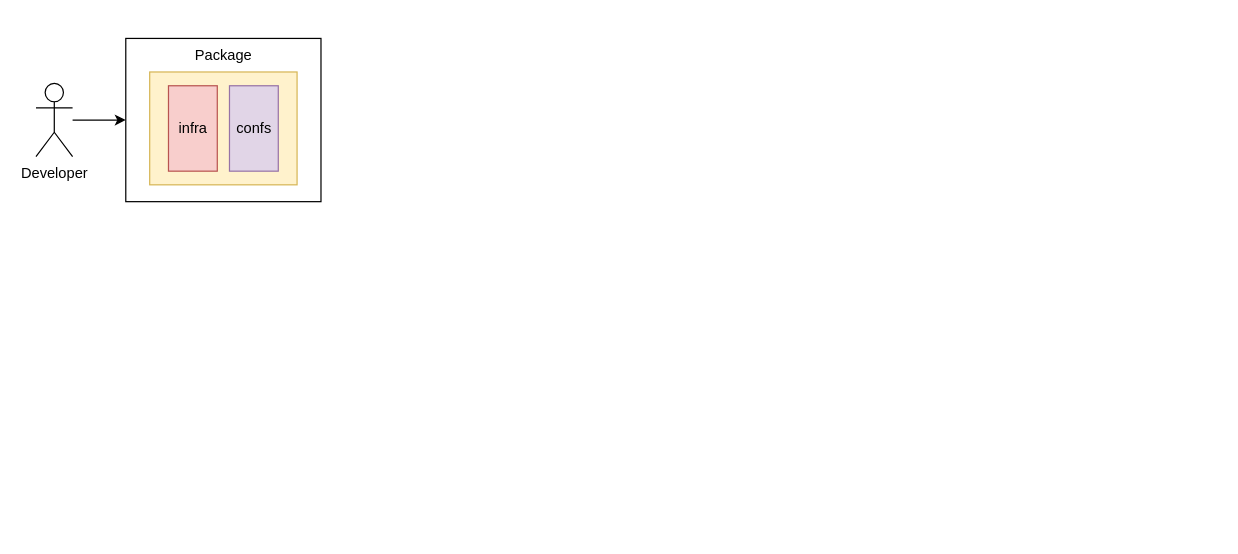
Earlier version of the draw.io diagram media/_diagrams/drawio/ci-process.drawio (tomasflopes/pesti). Source tidied: cells renumbered, new cells numbered last; positions are measured from the earlier drawing's top-left corner, leaving out a move shared by most shapes. Both pictures are drawn from the tidied source at 122%, with x=0, y=0 at pixel (35, 38). Pictures stored in the file or linked from it are replaced by grey dashed boxes.
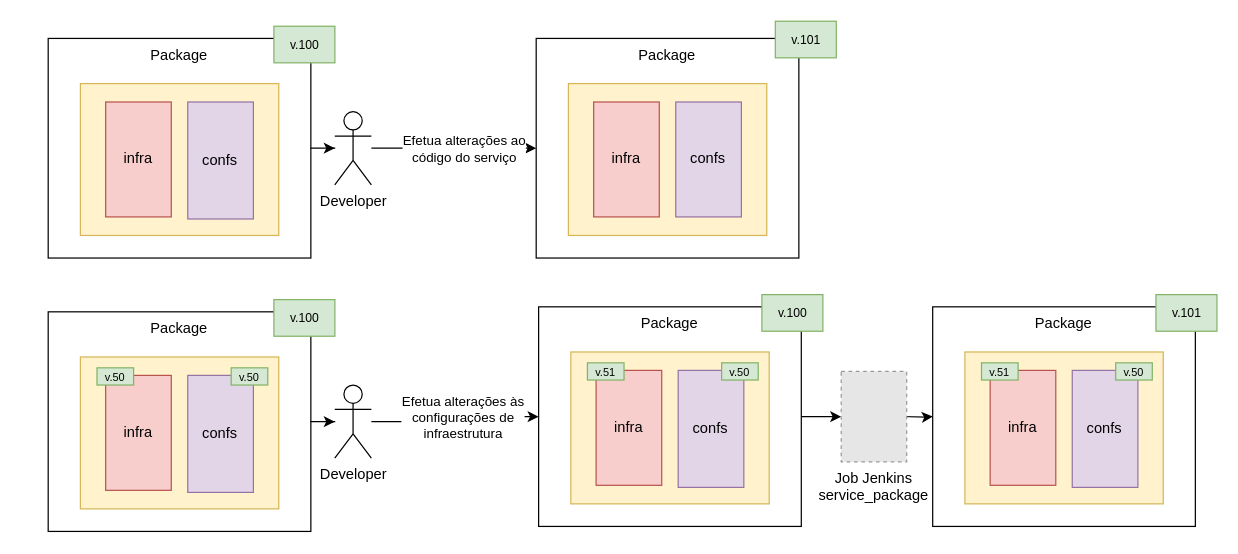
The same diagram, later.

Unchanged cells that the change refers to:
```xml
<mxCell id="2" style="edgeStyle=orthogonalEdgeStyle;rounded=0;jettySize=auto;html=1;entryX=0;entryY=0.5;entryDx=0;entryDy=0;" parent="1" edge="1" source="3" target="5">
  <mxGeometry relative="1" as="geometry" />
</mxCell>
```

What changed in the source:
```diff
@@
+    <mxCell id="9" value="Efetua alterações ao&lt;div&gt;código do serviço&lt;/div&gt;" style="edgeLabel;html=1;align=center;verticalAlign=middle;" parent="2" vertex="1">
+      <mxGeometry x="0.12" relative="1" as="geometry" />
+    </mxCell>
     <mxCell id="3" value="Developer" style="shape=umlActor;verticalLabelPosition=bottom;verticalAlign=top;html=1;outlineConnect=0;" parent="1" vertex="1">
-      <mxGeometry y="36.9" width="30" height="60" as="geometry" />
+      <mxGeometry x="244.9" y="60" width="30" height="60" as="geometry" />
     </mxCell>
     <mxCell id="4" style="group;" parent="1" vertex="1">
-      <mxGeometry x="73.6" width="160" height="133.8" as="geometry" />
+      <mxGeometry x="410" width="232.8" height="180" as="geometry" />
     </mxCell>
     <mxCell id="5" value="Package" style="whiteSpace=wrap;html=1;verticalAlign=top;" parent="4" vertex="1">
-      <mxGeometry width="160" height="133.8" as="geometry" />
+      <mxGeometry width="215.3" height="180" as="geometry" />
     </mxCell>
     <mxCell id="6" style="rounded=0;whiteSpace=wrap;html=1;fillColor=#fff2cc;strokeColor=#d6b656;" parent="4" vertex="1">
-      <mxGeometry x="19.6" y="27.5" width="120.8" height="92.5" as="geometry" />
+      <mxGeometry x="26.4" y="37" width="162.6" height="124.5" as="geometry" />
     </mxCell>
     <mxCell id="7" value="infra" style="rounded=0;whiteSpace=wrap;html=1;fillColor=#f8cecc;strokeColor=#b85450;" parent="4" vertex="1">
-      <mxGeometry x="35" y="38.8" width="40" height="70" as="geometry" />
+      <mxGeometry x="47.1" y="52.1" width="53.8" height="94.2" as="geometry" />
     </mxCell>
     <mxCell id="8" value="confs" style="rounded=0;whiteSpace=wrap;html=1;fillColor=#e1d5e7;strokeColor=#9673a6;" parent="4" vertex="1">
-      <mxGeometry x="85" y="38.8" width="40" height="70" as="geometry" />
+      <mxGeometry x="114.4" y="52.1" width="53.8" height="94.2" as="geometry" />
     </mxCell>
+    <mxCell id="10" style="group;" parent="1" vertex="1">
+      <mxGeometry x="10" width="232.8" height="180" as="geometry" />
+    </mxCell>
+    <mxCell id="11" value="Package" style="whiteSpace=wrap;html=1;verticalAlign=top;" parent="10" vertex="1">
+      <mxGeometry width="215.3" height="180" as="geometry" />
+    </mxCell>
+    <mxCell id="12" style="rounded=0;whiteSpace=wrap;html=1;fillColor=#fff2cc;strokeColor=#d6b656;" parent="10" vertex="1">
+      <mxGeometry x="26.4" y="37" width="162.6" height="124.5" as="geometry" />
+    </mxCell>
+    <mxCell id="13" value="infra" style="rounded=0;whiteSpace=wrap;html=1;fillColor=#f8cecc;strokeColor=#b85450;" parent="10" vertex="1">
+      <mxGeometry x="47.1" y="52.1" width="53.8" height="94.2" as="geometry" />
+    </mxCell>
+    <mxCell id="14" value="confs" style="rounded=0;whiteSpace=wrap;html=1;fillColor=#e1d5e7;strokeColor=#9673a6;" parent="10" vertex="1">
+      <mxGeometry x="114.4" y="52.1" width="53.8" height="95.9" as="geometry" />
+    </mxCell>
+    <mxCell id="15" style="edgeStyle=orthogonalEdgeStyle;rounded=0;jettySize=auto;html=1;" parent="1" edge="1" source="11" target="3">
+      <mxGeometry relative="1" as="geometry" />
+    </mxCell>
+    <mxCell id="16" value="&lt;font style=&quot;font-size: 10px;&quot;&gt;v.100&lt;/font&gt;" style="text;html=1;align=center;verticalAlign=middle;strokeColor=#82b366;fillColor=#d5e8d4;" parent="1" vertex="1">
+      <mxGeometry x="195" y="-10" width="50" height="30" as="geometry" />
+    </mxCell>
+    <mxCell id="17" value="&lt;font style=&quot;font-size: 10px;&quot;&gt;v.101&lt;/font&gt;" style="text;html=1;align=center;verticalAlign=middle;strokeColor=#82b366;fillColor=#d5e8d4;" parent="1" vertex="1">
+      <mxGeometry x="606" y="-14.1" width="50" height="30" as="geometry" />
+    </mxCell>
+    <mxCell id="18" style="edgeStyle=orthogonalEdgeStyle;rounded=0;jettySize=auto;html=1;entryX=0;entryY=0.5;entryDx=0;entryDy=0;" parent="1" edge="1" source="20" target="31">
+      <mxGeometry relative="1" as="geometry" />
+    </mxCell>
+    <mxCell id="19" value="Efetua alterações às&lt;div&gt;configurações de&lt;/div&gt;&lt;div&gt;infraestrutura&lt;/div&gt;" style="edgeLabel;html=1;align=center;verticalAlign=middle;" parent="18" vertex="1">
+      <mxGeometry x="0.12" relative="1" as="geometry" />
+    </mxCell>
+    <mxCell id="20" value="Developer" style="shape=umlActor;verticalLabelPosition=bottom;verticalAlign=top;html=1;outlineConnect=0;" parent="1" vertex="1">
+      <mxGeometry x="244.9" y="284.1" width="30" height="60" as="geometry" />
+    </mxCell>
+    <mxCell id="21" style="group;" parent="1" vertex="1">
+      <mxGeometry x="10" y="224.1" width="232.8" height="180" as="geometry" />
+    </mxCell>
+    <mxCell id="22" value="Package" style="whiteSpace=wrap;html=1;verticalAlign=top;" parent="21" vertex="1">
+      <mxGeometry width="215.3" height="180" as="geometry" />
+    </mxCell>
+    <mxCell id="23" style="rounded=0;whiteSpace=wrap;html=1;fillColor=#fff2cc;strokeColor=#d6b656;" parent="21" vertex="1">
+      <mxGeometry x="26.4" y="37" width="162.6" height="124.5" as="geometry" />
+    </mxCell>
+    <mxCell id="24" value="infra" style="rounded=0;whiteSpace=wrap;html=1;fillColor=#f8cecc;strokeColor=#b85450;" parent="21" vertex="1">
+      <mxGeometry x="47.1" y="52.1" width="53.8" height="94.2" as="geometry" />
+    </mxCell>
+    <mxCell id="25" value="confs" style="rounded=0;whiteSpace=wrap;html=1;fillColor=#e1d5e7;strokeColor=#9673a6;" parent="21" vertex="1">
+      <mxGeometry x="114.4" y="52.1" width="53.8" height="95.9" as="geometry" />
+    </mxCell>
+    <mxCell id="26" value="&lt;font style=&quot;font-size: 9px;&quot;&gt;v.50&lt;/font&gt;" style="whiteSpace=wrap;html=1;fillColor=#d5e8d4;strokeColor=#82b366;" parent="21" vertex="1">
+      <mxGeometry x="40" y="45.9" width="30" height="14.1" as="geometry" />
+    </mxCell>
+    <mxCell id="27" value="&lt;font style=&quot;font-size: 9px;&quot;&gt;v.50&lt;/font&gt;" style="whiteSpace=wrap;html=1;fillColor=#d5e8d4;strokeColor=#82b366;" parent="21" vertex="1">
+      <mxGeometry x="150" y="45.9" width="30" height="14.1" as="geometry" />
+    </mxCell>
+    <mxCell id="28" style="edgeStyle=orthogonalEdgeStyle;rounded=0;jettySize=auto;html=1;" parent="1" edge="1" source="22" target="20">
+      <mxGeometry relative="1" as="geometry" />
+    </mxCell>
+    <mxCell id="29" value="&lt;font style=&quot;font-size: 10px;&quot;&gt;v.100&lt;/font&gt;" style="text;html=1;align=center;verticalAlign=middle;strokeColor=#82b366;fillColor=#d5e8d4;" parent="1" vertex="1">
+      <mxGeometry x="195" y="214.1" width="50" height="30" as="geometry" />
+    </mxCell>
+    <mxCell id="30" style="group;" parent="1" vertex="1">
+      <mxGeometry x="412" y="220" width="232.8" height="180" as="geometry" />
+    </mxCell>
+    <mxCell id="31" value="Package" style="whiteSpace=wrap;html=1;verticalAlign=top;" parent="30" vertex="1">
+      <mxGeometry width="215.3" height="180" as="geometry" />
+    </mxCell>
+    <mxCell id="32" style="rounded=0;whiteSpace=wrap;html=1;fillColor=#fff2cc;strokeColor=#d6b656;" parent="30" vertex="1">
+      <mxGeometry x="26.4" y="37" width="162.6" height="124.5" as="geometry" />
+    </mxCell>
+    <mxCell id="33" value="infra" style="rounded=0;whiteSpace=wrap;html=1;fillColor=#f8cecc;strokeColor=#b85450;" parent="30" vertex="1">
+      <mxGeometry x="47.1" y="52.1" width="53.8" height="94.2" as="geometry" />
+    </mxCell>
+    <mxCell id="34" value="confs" style="rounded=0;whiteSpace=wrap;html=1;fillColor=#e1d5e7;strokeColor=#9673a6;" parent="30" vertex="1">
+      <mxGeometry x="114.4" y="52.1" width="53.8" height="95.9" as="geometry" />
+    </mxCell>
+    <mxCell id="35" value="&lt;font style=&quot;font-size: 9px;&quot;&gt;v.51&lt;/font&gt;" style="whiteSpace=wrap;html=1;fillColor=#d5e8d4;strokeColor=#82b366;" parent="30" vertex="1">
+      <mxGeometry x="40" y="45.9" width="30" height="14.1" as="geometry" />
+    </mxCell>
+    <mxCell id="36" value="&lt;font style=&quot;font-size: 9px;&quot;&gt;v.50&lt;/font&gt;" style="whiteSpace=wrap;html=1;fillColor=#d5e8d4;strokeColor=#82b366;" parent="30" vertex="1">
+      <mxGeometry x="150" y="45.9" width="30" height="14.1" as="geometry" />
+    </mxCell>
+    <mxCell id="37" value="&lt;font style=&quot;font-size: 10px;&quot;&gt;v.100&lt;/font&gt;" style="text;html=1;align=center;verticalAlign=middle;strokeColor=#82b366;fillColor=#d5e8d4;" parent="1" vertex="1">
+      <mxGeometry x="595" y="210" width="50" height="30" as="geometry" />
+    </mxCell>
+    <mxCell id="38" style="group;" parent="1" vertex="1">
+      <mxGeometry x="735" y="220" width="232.8" height="180" as="geometry" />
+    </mxCell>
+    <mxCell id="39" value="Package" style="whiteSpace=wrap;html=1;verticalAlign=top;" parent="38" vertex="1">
+      <mxGeometry width="215.3" height="180" as="geometry" />
+    </mxCell>
+    <mxCell id="40" style="rounded=0;whiteSpace=wrap;html=1;fillColor=#fff2cc;strokeColor=#d6b656;" parent="38" vertex="1">
+      <mxGeometry x="26.4" y="37" width="162.6" height="124.5" as="geometry" />
+    </mxCell>
+    <mxCell id="41" value="infra" style="rounded=0;whiteSpace=wrap;html=1;fillColor=#f8cecc;strokeColor=#b85450;" parent="38" vertex="1">
+      <mxGeometry x="47.1" y="52.1" width="53.8" height="94.2" as="geometry" />
+    </mxCell>
+    <mxCell id="42" value="confs" style="rounded=0;whiteSpace=wrap;html=1;fillColor=#e1d5e7;strokeColor=#9673a6;" parent="38" vertex="1">
+      <mxGeometry x="114.4" y="52.1" width="53.8" height="95.9" as="geometry" />
+    </mxCell>
+    <mxCell id="43" value="&lt;font style=&quot;font-size: 9px;&quot;&gt;v.51&lt;/font&gt;" style="whiteSpace=wrap;html=1;fillColor=#d5e8d4;strokeColor=#82b366;" parent="38" vertex="1">
+      <mxGeometry x="40" y="45.9" width="30" height="14.1" as="geometry" />
+    </mxCell>
+    <mxCell id="44" value="&lt;font style=&quot;font-size: 9px;&quot;&gt;v.50&lt;/font&gt;" style="whiteSpace=wrap;html=1;fillColor=#d5e8d4;strokeColor=#82b366;" parent="38" vertex="1">
+      <mxGeometry x="150" y="45.9" width="30" height="14.1" as="geometry" />
+    </mxCell>
+    <mxCell id="45" value="&lt;font style=&quot;font-size: 10px;&quot;&gt;v.101&lt;/font&gt;" style="text;html=1;align=center;verticalAlign=middle;strokeColor=#82b366;fillColor=#d5e8d4;" parent="1" vertex="1">
+      <mxGeometry x="918" y="210" width="50" height="30" as="geometry" />
+    </mxCell>
+    <mxCell id="46" style="edgeStyle=orthogonalEdgeStyle;rounded=0;jettySize=auto;html=1;" parent="1" edge="1" target="39">
+      <mxGeometry relative="1" as="geometry">
+        <mxPoint x="708.7" y="309.9" as="sourcePoint" />
+      </mxGeometry>
+    </mxCell>
+    <mxCell id="47" style="edgeStyle=orthogonalEdgeStyle;rounded=0;jettySize=auto;html=1;" parent="1" edge="1" source="31" target="48">
+      <mxGeometry relative="1" as="geometry" />
+    </mxCell>
+    <mxCell id="48" value="Job Jenkins&#10;service_package" style="fillColor=#E6E6E6;strokeColor=#999999;dashed=1;verticalLabelPosition=bottom;labelBackgroundColor=default;verticalAlign=top;" parent="1" vertex="1">
+      <mxGeometry x="660" y="272.9" width="53.7" height="74.1" as="geometry" />
+    </mxCell>
```
